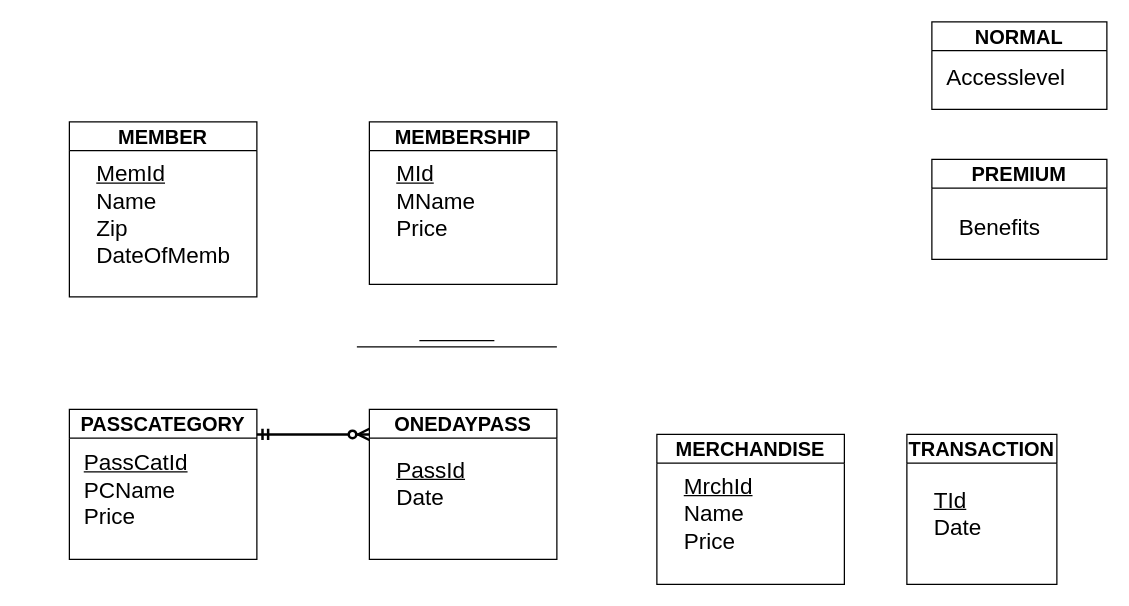
Earlier version of the draw.io diagram GymFitness.drawio (jahnavik0801/Databases). Source tidied: cells renumbered, new cells numbered last; positions are measured from the earlier drawing's top-left corner, leaving out a move shared by most shapes. Both pictures are drawn from the tidied source at 125%, with x=0, y=0 at pixel (69, 21).
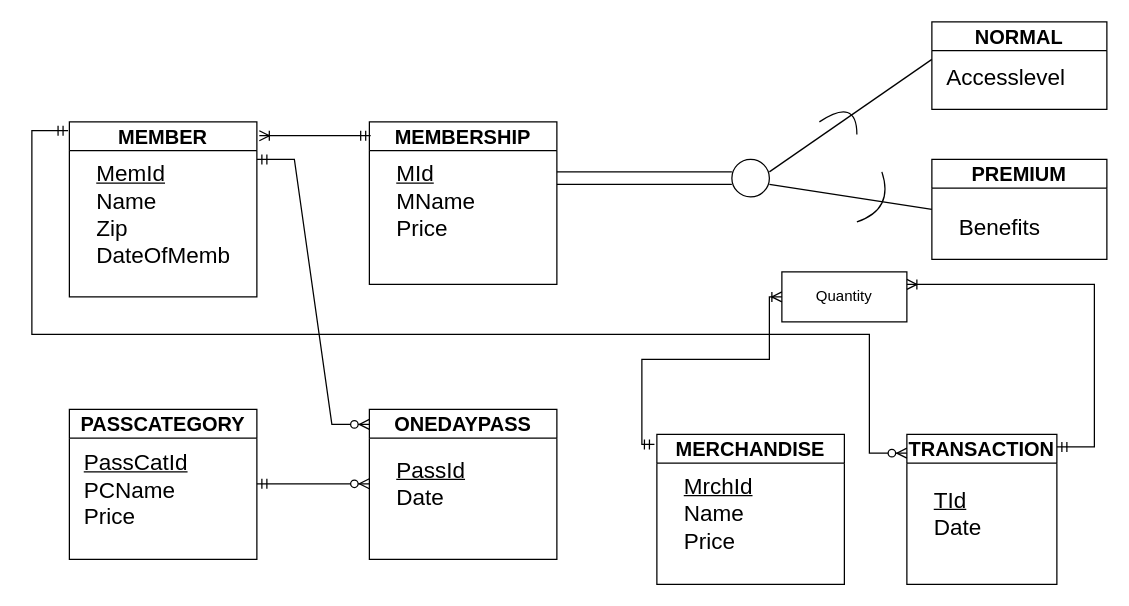
After the change.

The change refers to these unchanged cells:
```xml
<mxCell id="2" value="&lt;font style=&quot;font-size: 16px;&quot;&gt;MEMBER&lt;/font&gt;" style="swimlane;whiteSpace=wrap;html=1;align=center;" parent="1" vertex="1">
  <mxGeometry y="80" width="150" height="140" as="geometry" />
</mxCell>
<mxCell id="4" value="&lt;font style=&quot;font-size: 16px;&quot;&gt;MEMBERSHIP&lt;/font&gt;" style="swimlane;whiteSpace=wrap;html=1;align=center;" parent="1" vertex="1">
  <mxGeometry x="240" y="80" width="150" height="130" as="geometry" />
</mxCell>
<mxCell id="10" value="&lt;font style=&quot;font-size: 16px;&quot;&gt;MERCHANDISE&lt;/font&gt;" style="swimlane;whiteSpace=wrap;html=1;align=center;" parent="1" vertex="1">
  <mxGeometry x="470" y="330" width="150" height="120" as="geometry" />
</mxCell>
<mxCell id="12" value="&lt;font style=&quot;font-size: 16px;&quot;&gt;ONEDAYPASS&lt;/font&gt;" style="swimlane;whiteSpace=wrap;html=1;align=center;" parent="1" vertex="1">
  <mxGeometry x="240" y="310" width="150" height="120" as="geometry" />
</mxCell>
<mxCell id="15" value="&lt;font style=&quot;font-size: 16px;&quot;&gt;PREMIUM&lt;/font&gt;" style="swimlane;whiteSpace=wrap;html=1;align=center;" parent="1" vertex="1">
  <mxGeometry x="690" y="110" width="140" height="80" as="geometry" />
</mxCell>
```

Change to the diagram source:
```diff
@@
-    <mxCell id="19" style="line;strokeWidth=1;dashed=0;labelPosition=right;align=left;verticalAlign=middle;spacingTop=0;spacingLeft=6;" parent="1" vertex="1">
-      <mxGeometry x="280" y="250" width="60" height="10" as="geometry" />
-    </mxCell>
-    <mxCell id="20" style="endArrow=none;html=1;rounded=0;" parent="1" edge="1">
-      <mxGeometry relative="1" as="geometry">
-        <mxPoint x="230" y="260" as="sourcePoint" />
-        <mxPoint x="390" y="260" as="targetPoint" />
-      </mxGeometry>
-    </mxCell>
-    <mxCell id="21" style="edgeStyle=entityRelationEdgeStyle;fontSize=14;html=1;endArrow=ERzeroToMany;startArrow=ERmandOne;rounded=0;fontStyle=1;strokeWidth=2;exitX=0.5;exitY=1;exitDx=0;exitDy=0;" parent="1" edge="1">
+    <mxCell id="21" style="edgeStyle=entityRelationEdgeStyle;fontSize=14;html=1;endArrow=ERzeroToMany;startArrow=ERmandOne;rounded=0;fontStyle=1;strokeWidth=1;exitX=0.5;exitY=1;exitDx=0;exitDy=0;" parent="1" edge="1">
       <mxGeometry relative="1" as="geometry">
-        <mxPoint x="150" y="330" as="sourcePoint" />
-        <mxPoint x="240" y="330" as="targetPoint" />
+        <mxPoint x="150" y="369.5" as="sourcePoint" />
+        <mxPoint x="240" y="369.5" as="targetPoint" />
         <Array as="points">
-          <mxPoint x="165" y="445" />
+          <mxPoint x="165" y="484.5" />
         </Array>
       </mxGeometry>
     </mxCell>
+    <mxCell id="22" style="edgeStyle=orthogonalEdgeStyle;fontSize=12;html=1;endArrow=ERoneToMany;startArrow=ERmandOne;rounded=0;exitX=0.007;exitY=0.085;exitDx=0;exitDy=0;exitPerimeter=0;entryX=1.013;entryY=0.079;entryDx=0;entryDy=0;entryPerimeter=0;targetPerimeterSpacing=7;sourcePerimeterSpacing=9;" parent="1" edge="1" source="4" target="2">
+      <mxGeometry relative="1" as="geometry" />
+    </mxCell>
+    <mxCell id="23" style="edgeStyle=entityRelationEdgeStyle;fontSize=12;html=1;endArrow=ERzeroToMany;startArrow=ERmandOne;rounded=0;entryX=0;entryY=0.1;entryDx=0;entryDy=0;entryPerimeter=0;" parent="1" edge="1" target="12">
+      <mxGeometry relative="1" as="geometry">
+        <mxPoint x="150" y="110" as="sourcePoint" />
+      </mxGeometry>
+    </mxCell>
+    <mxCell id="24" style="endArrow=none;html=1;rounded=0;" parent="1" edge="1">
+      <mxGeometry relative="1" as="geometry">
+        <mxPoint x="390" y="120" as="sourcePoint" />
+        <mxPoint x="530" y="120" as="targetPoint" />
+      </mxGeometry>
+    </mxCell>
+    <mxCell id="25" style="endArrow=none;html=1;rounded=0;" parent="1" edge="1">
+      <mxGeometry relative="1" as="geometry">
+        <mxPoint x="390" y="130" as="sourcePoint" />
+        <mxPoint x="530" y="130" as="targetPoint" />
+      </mxGeometry>
+    </mxCell>
+    <mxCell id="26" style="ellipse;whiteSpace=wrap;html=1;" parent="1" vertex="1">
+      <mxGeometry x="530" y="110" width="30" height="30" as="geometry" />
+    </mxCell>
+    <mxCell id="27" style="endArrow=none;html=1;rounded=0;" parent="1" edge="1">
+      <mxGeometry relative="1" as="geometry">
+        <mxPoint x="560" y="120" as="sourcePoint" />
+        <mxPoint x="690" y="30" as="targetPoint" />
+      </mxGeometry>
+    </mxCell>
+    <mxCell id="28" style="endArrow=none;html=1;rounded=0;entryX=0;entryY=0.5;entryDx=0;entryDy=0;" parent="1" edge="1" target="15">
+      <mxGeometry relative="1" as="geometry">
+        <mxPoint x="560" y="130" as="sourcePoint" />
+      </mxGeometry>
+    </mxCell>
+    <mxCell id="29" style="endArrow=none;html=1;rounded=0;curved=1;" parent="1" edge="1">
+      <mxGeometry relative="1" as="geometry">
+        <mxPoint x="630" y="160" as="sourcePoint" />
+        <mxPoint x="650" y="120" as="targetPoint" />
+        <Array as="points">
+          <mxPoint x="660" y="150" />
+        </Array>
+      </mxGeometry>
+    </mxCell>
+    <mxCell id="30" style="endArrow=none;html=1;rounded=0;curved=1;" parent="1" edge="1">
+      <mxGeometry relative="1" as="geometry">
+        <mxPoint x="600" y="80" as="sourcePoint" />
+        <mxPoint x="630" y="90" as="targetPoint" />
+        <Array as="points">
+          <mxPoint x="630" y="60" />
+        </Array>
+      </mxGeometry>
+    </mxCell>
+    <mxCell id="31" style="edgeStyle=orthogonalEdgeStyle;fontSize=12;html=1;endArrow=ERzeroToMany;startArrow=ERmandOne;rounded=0;exitX=-0.007;exitY=0.05;exitDx=0;exitDy=0;exitPerimeter=0;" parent="1" edge="1" source="2">
+      <mxGeometry relative="1" as="geometry">
+        <mxPoint x="670" y="345" as="targetPoint" />
+        <Array as="points">
+          <mxPoint x="-30" y="87" />
+          <mxPoint x="-30" y="250" />
+          <mxPoint x="640" y="250" />
+          <mxPoint x="640" y="345" />
+        </Array>
+      </mxGeometry>
+    </mxCell>
+    <mxCell id="32" value="Quantity" style="whiteSpace=wrap;html=1;align=center;" parent="1" vertex="1">
+      <mxGeometry x="570" y="200" width="100" height="40" as="geometry" />
+    </mxCell>
+    <mxCell id="33" style="edgeStyle=orthogonalEdgeStyle;fontSize=12;html=1;endArrow=ERoneToMany;startArrow=ERmandOne;rounded=0;exitX=-0.013;exitY=0.067;exitDx=0;exitDy=0;exitPerimeter=0;entryX=0;entryY=0.5;entryDx=0;entryDy=0;" parent="1" edge="1" source="10" target="32">
+      <mxGeometry relative="1" as="geometry">
+        <Array as="points">
+          <mxPoint x="458" y="338" />
+          <mxPoint x="458" y="270" />
+          <mxPoint x="560" y="270" />
+          <mxPoint x="560" y="220" />
+        </Array>
+      </mxGeometry>
+    </mxCell>
+    <mxCell id="34" style="edgeStyle=entityRelationEdgeStyle;fontSize=12;html=1;endArrow=ERoneToMany;startArrow=ERmandOne;rounded=0;entryX=1;entryY=0.25;entryDx=0;entryDy=0;" parent="1" edge="1" target="32">
+      <mxGeometry relative="1" as="geometry">
+        <mxPoint x="790" y="340" as="sourcePoint" />
+      </mxGeometry>
+    </mxCell>
```
